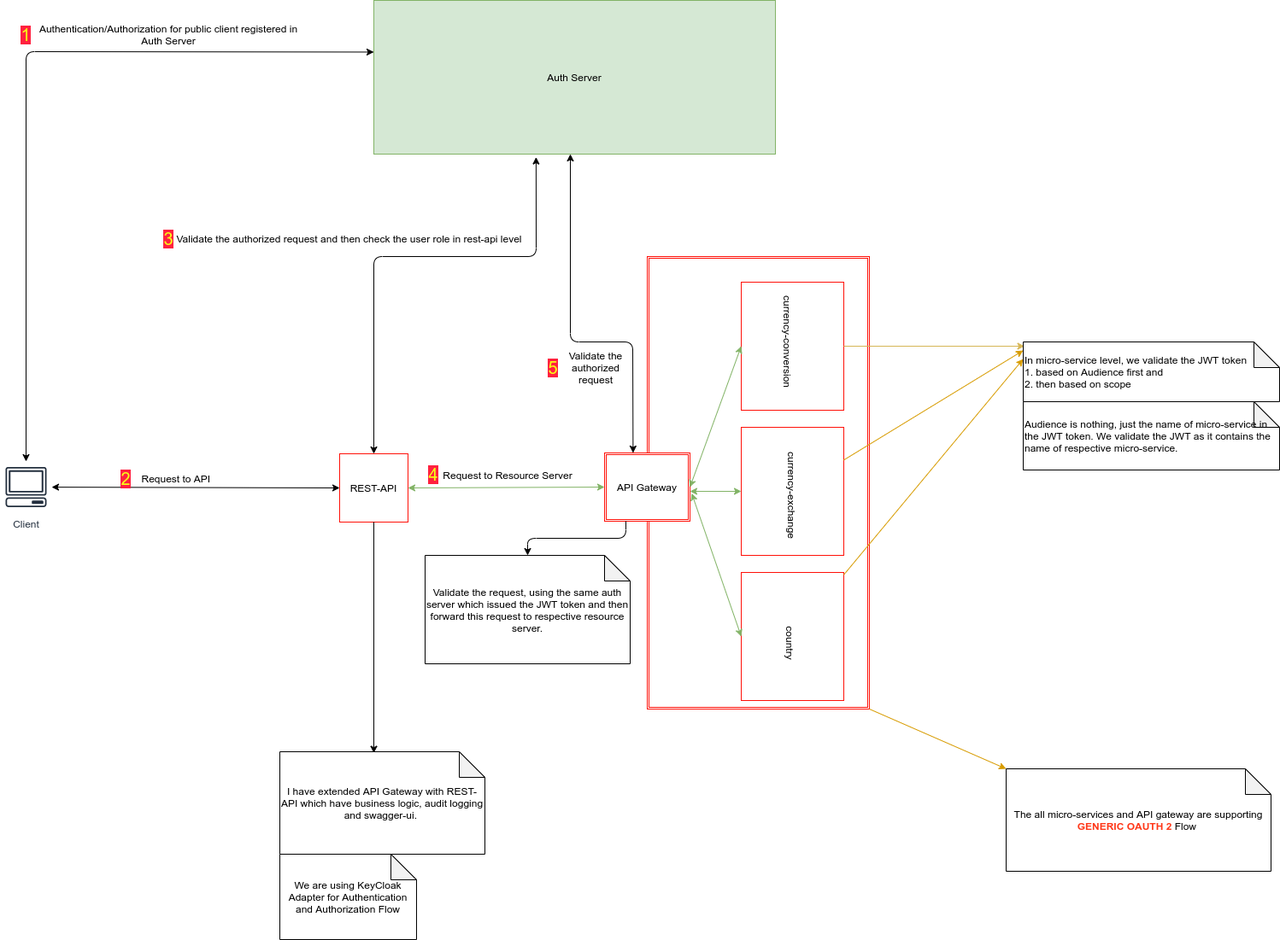
ubaid4j/Cloud-Native-App-Spring-Boot keeps this draw.io diagram as resource/auth/auth-flow-v1.png. Above is the earlier version. Source tidied: cells renumbered, new cells last; positions are measured from the earlier drawing's top-left corner, leaving out a move shared by most shapes.
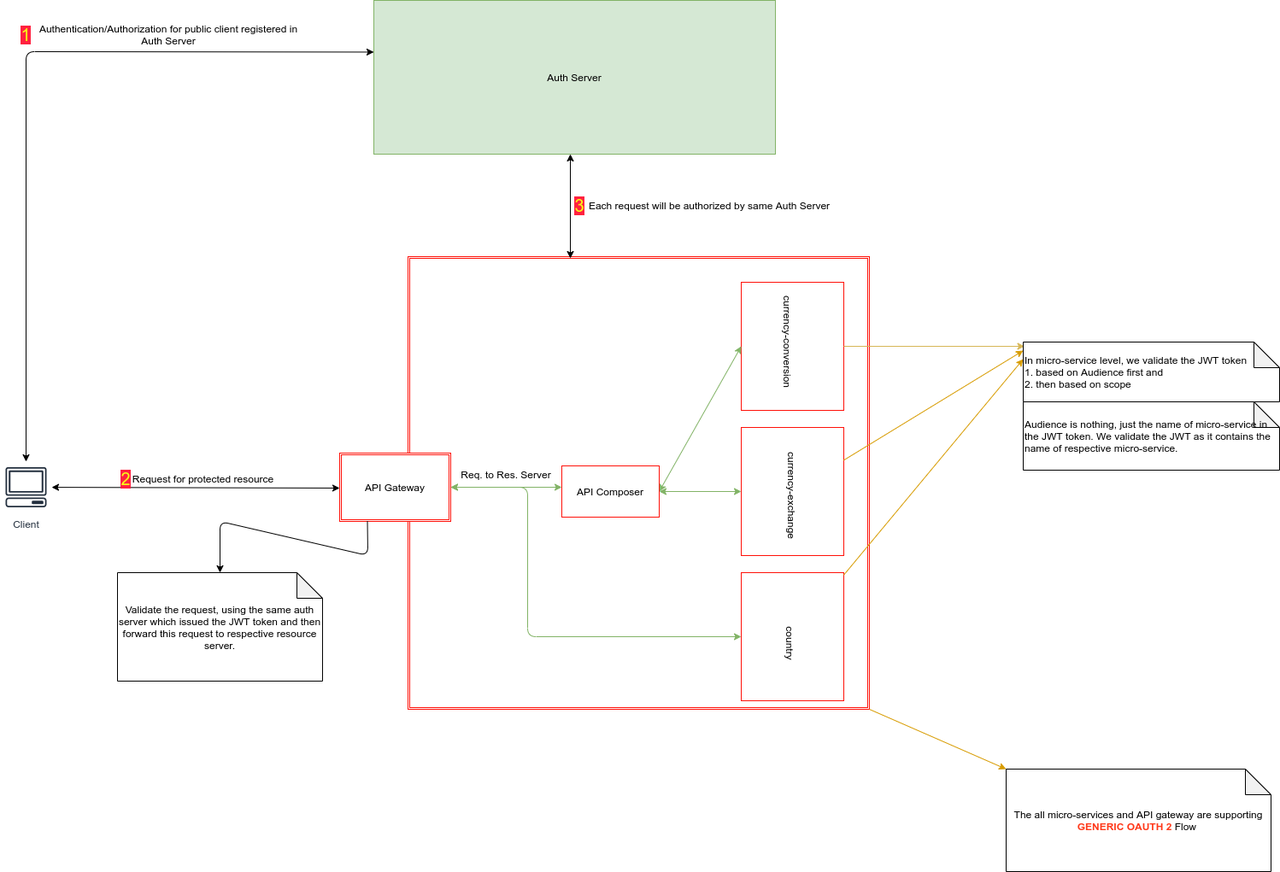
Later version of the same file.

The edit, as a diff of the source:
```diff
@@ -3,10 +3,10 @@
     <mxCell id="0" />
     <mxCell id="1" parent="0" />
     <mxCell id="2" style="shape=ext;double=1;rounded=0;whiteSpace=wrap;html=1;strokeColor=#FF1008;" parent="1" vertex="1">
-      <mxGeometry x="757" y="300" width="260" height="530" as="geometry" />
+      <mxGeometry x="477" y="300" width="540" height="530" as="geometry" />
     </mxCell>
     <mxCell id="3" value="API Gateway" style="shape=ext;double=1;rounded=0;whiteSpace=wrap;html=1;strokeColor=#FF1008;" parent="1" vertex="1">
-      <mxGeometry x="707" y="530" width="100" height="80" as="geometry" />
+      <mxGeometry x="397" y="530" width="130" height="80" as="geometry" />
     </mxCell>
     <mxCell id="4" style="whiteSpace=wrap;html=1;strokeColor=#FF1008;" parent="1" vertex="1">
       <mxGeometry x="867" y="330" width="120" height="150" as="geometry" />
@@ -53,33 +53,24 @@
     <mxCell id="16" style="endArrow=classic;html=1;exitX=1;exitY=1;exitDx=0;exitDy=0;entryX=0;entryY=0;entryDx=0;entryDy=0;entryPerimeter=0;fillColor=#ffe6cc;strokeColor=#d79b00;" parent="1" edge="1" source="2" target="15">
       <mxGeometry relative="1" as="geometry" />
     </mxCell>
-    <mxCell id="17" value="REST-API" style="whiteSpace=wrap;html=1;strokeColor=#FF1008;" parent="1" vertex="1">
-      <mxGeometry x="397" y="531" width="80" height="80" as="geometry" />
-    </mxCell>
-    <mxCell id="18" style="endArrow=classic;startArrow=classic;html=1;exitX=1;exitY=0.5;exitDx=0;exitDy=0;entryX=0;entryY=0.5;entryDx=0;entryDy=0;fillColor=#d5e8d4;strokeColor=#82b366;" parent="1" edge="1" source="17" target="3">
-      <mxGeometry relative="1" as="geometry" />
-    </mxCell>
-    <mxCell id="19" style="endArrow=classic;startArrow=classic;html=1;entryX=0;entryY=0.5;entryDx=0;entryDy=0;exitX=1;exitY=0.5;exitDx=0;exitDy=0;fillColor=#d5e8d4;strokeColor=#82b366;" parent="1" edge="1" source="3" target="4">
+    <mxCell id="19" style="endArrow=classic;startArrow=classic;html=1;entryX=0;entryY=0.5;entryDx=0;entryDy=0;fillColor=#d5e8d4;strokeColor=#82b366;exitX=1;exitY=0.5;exitDx=0;exitDy=0;" parent="1" edge="1" source="43" target="4">
       <mxGeometry relative="1" as="geometry" />
     </mxCell>
-    <mxCell id="20" style="endArrow=classic;startArrow=classic;html=1;entryX=0;entryY=0.5;entryDx=0;entryDy=0;fillColor=#d5e8d4;strokeColor=#82b366;" parent="1" edge="1" target="5">
-      <mxGeometry relative="1" as="geometry">
-        <mxPoint x="807" y="575" as="sourcePoint" />
-      </mxGeometry>
+    <mxCell id="20" style="endArrow=classic;startArrow=classic;html=1;entryX=0;entryY=0.5;entryDx=0;entryDy=0;fillColor=#d5e8d4;strokeColor=#82b366;exitX=1;exitY=0.5;exitDx=0;exitDy=0;" parent="1" edge="1" source="43" target="5">
+      <mxGeometry relative="1" as="geometry" />
     </mxCell>
-    <mxCell id="21" style="endArrow=classic;startArrow=classic;html=1;entryX=1.02;entryY=0.592;entryDx=0;entryDy=0;entryPerimeter=0;exitX=0;exitY=0.5;exitDx=0;exitDy=0;fillColor=#d5e8d4;strokeColor=#82b366;" parent="1" edge="1" source="6" target="3">
-      <mxGeometry relative="1" as="geometry" />
+    <mxCell id="21" style="endArrow=classic;startArrow=classic;html=1;entryX=1;entryY=0.5;entryDx=0;entryDy=0;exitX=0;exitY=0.5;exitDx=0;exitDy=0;fillColor=#d5e8d4;strokeColor=#82b366;" parent="1" edge="1" source="6" target="3">
+      <mxGeometry relative="1" as="geometry">
+        <Array as="points">
+          <mxPoint x="617" y="745" />
+          <mxPoint x="617" y="570" />
+        </Array>
+      </mxGeometry>
     </mxCell>
-    <mxCell id="22" style="endArrow=classic;html=1;exitX=0.5;exitY=1;exitDx=0;exitDy=0;" parent="1" edge="1" source="17">
-      <mxGeometry relative="1" as="geometry">
-        <mxPoint x="437" y="881.6" as="targetPoint" />
-      </mxGeometry>
-    </mxCell>
-    <mxCell id="23" value="I have extended API Gateway with REST-API which have business logic, audit logging and swagger-ui.&amp;nbsp;" style="shape=note;whiteSpace=wrap;html=1;backgroundOutline=1;darkOpacity=0.05;" parent="1" vertex="1">
-      <mxGeometry x="327" y="880" width="240" height="120" as="geometry" />
-    </mxCell>
-    <mxCell id="24" style="endArrow=classic;startArrow=classic;html=1;entryX=0;entryY=0.5;entryDx=0;entryDy=0;" parent="1" edge="1" source="25" target="17">
-      <mxGeometry relative="1" as="geometry" />
+    <mxCell id="24" style="endArrow=classic;startArrow=classic;html=1;entryX=0;entryY=0.5;entryDx=0;entryDy=0;" parent="1" edge="1" source="25">
+      <mxGeometry relative="1" as="geometry">
+        <mxPoint x="397" y="571" as="targetPoint" />
+      </mxGeometry>
     </mxCell>
     <mxCell id="25" value="Client" style="outlineConnect=0;fontColor=#232F3E;gradientColor=none;strokeColor=#232F3E;fillColor=#ffffff;dashed=0;verticalLabelPosition=bottom;verticalAlign=top;align=center;html=1;fontSize=12;fontStyle=0;shape=mxgraph.aws4.resourceIcon;resIcon=mxgraph.aws4.client;" parent="1" vertex="1">
       <mxGeometry y="540" width="60" height="60" as="geometry" />
@@ -97,63 +88,48 @@
     <mxCell id="28" value="Authentication/Authorization for public client registered in Auth Server" style="text;html=1;strokeColor=none;fillColor=none;align=center;verticalAlign=middle;whiteSpace=wrap;rounded=0;" parent="1" vertex="1">
       <mxGeometry x="37" y="30" width="320" height="20" as="geometry" />
     </mxCell>
-    <mxCell id="29" style="endArrow=classic;startArrow=classic;html=1;exitX=0.5;exitY=0;exitDx=0;exitDy=0;entryX=0.404;entryY=1.02;entryDx=0;entryDy=0;entryPerimeter=0;" parent="1" edge="1" source="17" target="26">
-      <mxGeometry relative="1" as="geometry">
-        <Array as="points">
-          <mxPoint x="437" y="300" />
-          <mxPoint x="627" y="300" />
-        </Array>
-      </mxGeometry>
-    </mxCell>
-    <mxCell id="30" value="Validate the authorized request and then check the user role in rest-api level" style="text;html=1;align=center;verticalAlign=middle;" parent="1" vertex="1">
-      <mxGeometry x="198" y="269" width="420" height="20" as="geometry" />
-    </mxCell>
-    <mxCell id="31" value="Request to API&amp;nbsp;" style="text;html=1;align=center;verticalAlign=middle;" parent="1" vertex="1">
-      <mxGeometry x="157" y="550" width="100" height="20" as="geometry" />
+    <mxCell id="31" value="Request for protected resource" style="text;html=1;align=center;verticalAlign=middle;" parent="1" vertex="1">
+      <mxGeometry x="147" y="550" width="180" height="20" as="geometry" />
     </mxCell>
-    <mxCell id="32" value="Request to Resource Server" style="text;html=1;strokeColor=none;fillColor=none;align=center;verticalAlign=middle;whiteSpace=wrap;rounded=0;" parent="1" vertex="1">
-      <mxGeometry x="509" y="541" width="170" height="30" as="geometry" />
+    <mxCell id="32" value="Req. to Res. Server" style="text;html=1;strokeColor=none;fillColor=none;align=center;verticalAlign=middle;whiteSpace=wrap;rounded=0;" parent="1" vertex="1">
+      <mxGeometry x="507" y="540" width="170" height="30" as="geometry" />
     </mxCell>
     <mxCell id="33" value="Validate the request, using the same auth server which issued the JWT token and then forward this request to respective resource server." style="shape=note;whiteSpace=wrap;html=1;backgroundOutline=1;darkOpacity=0.05;" parent="1" vertex="1">
-      <mxGeometry x="497" y="650" width="240" height="127" as="geometry" />
+      <mxGeometry x="137" y="670" width="240" height="127" as="geometry" />
     </mxCell>
     <mxCell id="34" style="endArrow=classic;html=1;exitX=0.25;exitY=1;exitDx=0;exitDy=0;entryX=0.5;entryY=0;entryDx=0;entryDy=0;entryPerimeter=0;" parent="1" edge="1" source="3" target="33">
       <mxGeometry relative="1" as="geometry">
         <Array as="points">
-          <mxPoint x="732" y="630" />
-          <mxPoint x="617" y="630" />
+          <mxPoint x="430" y="650" />
+          <mxPoint x="257" y="610" />
         </Array>
       </mxGeometry>
     </mxCell>
-    <mxCell id="35" value="We are using KeyCloak Adapter for Authentication and Authorization Flow" style="shape=note;whiteSpace=wrap;html=1;backgroundOutline=1;darkOpacity=0.05;" parent="1" vertex="1">
-      <mxGeometry x="327" y="1000" width="160" height="100" as="geometry" />
-    </mxCell>
-    <mxCell id="36" style="endArrow=classic;startArrow=classic;html=1;exitX=0.334;exitY=0;exitDx=0;exitDy=0;exitPerimeter=0;" parent="1" edge="1" source="3">
-      <mxGeometry relative="1" as="geometry">
-        <mxPoint x="667" y="180" as="targetPoint" />
-        <Array as="points">
-          <mxPoint x="740" y="400" />
-          <mxPoint x="667" y="400" />
-        </Array>
-      </mxGeometry>
-    </mxCell>
-    <mxCell id="37" value="Validate the authorized request" style="text;html=1;strokeColor=none;fillColor=none;align=center;verticalAlign=middle;whiteSpace=wrap;rounded=0;" parent="1" vertex="1">
-      <mxGeometry x="657" y="410" width="80" height="40" as="geometry" />
-    </mxCell>
     <mxCell id="38" value="&lt;font style=&quot;font-size: 20px ; background-color: rgb(255 , 33 , 63)&quot; color=&quot;#f7ff14&quot;&gt;1&lt;/font&gt;" style="text;html=1;strokeColor=none;fillColor=none;align=center;verticalAlign=middle;whiteSpace=wrap;rounded=0;" parent="1" vertex="1">
       <mxGeometry x="10" y="30" width="40" height="20" as="geometry" />
     </mxCell>
     <mxCell id="39" value="&lt;font color=&quot;#f7ff14&quot;&gt;&lt;span style=&quot;font-size: 20px ; background-color: rgb(255 , 33 , 63)&quot;&gt;2&lt;/span&gt;&lt;/font&gt;" style="text;html=1;strokeColor=none;fillColor=none;align=center;verticalAlign=middle;whiteSpace=wrap;rounded=0;" parent="1" vertex="1">
       <mxGeometry x="127" y="550" width="40" height="20" as="geometry" />
     </mxCell>
+    <mxCell id="43" value="API Composer" style="whiteSpace=wrap;html=1;strokeColor=#FF1008;" parent="1" vertex="1">
+      <mxGeometry x="657" y="545" width="114" height="60" as="geometry" />
+    </mxCell>
+    <mxCell id="44" style="endArrow=classic;startArrow=classic;html=1;fillColor=#d5e8d4;strokeColor=#82b366;exitX=1;exitY=0.5;exitDx=0;exitDy=0;" parent="1" edge="1" source="3">
+      <mxGeometry relative="1" as="geometry">
+        <mxPoint x="657" y="570" as="targetPoint" />
+      </mxGeometry>
+    </mxCell>
     <mxCell id="40" value="&lt;font color=&quot;#f7ff14&quot;&gt;&lt;span style=&quot;font-size: 20px ; background-color: rgb(255 , 33 , 63)&quot;&gt;3&lt;/span&gt;&lt;/font&gt;" style="text;html=1;strokeColor=none;fillColor=none;align=center;verticalAlign=middle;whiteSpace=wrap;rounded=0;" parent="1" vertex="1">
-      <mxGeometry x="177" y="269" width="40" height="20" as="geometry" />
+      <mxGeometry x="658" y="230" width="40" height="20" as="geometry" />
     </mxCell>
-    <mxCell id="41" value="&lt;font color=&quot;#f7ff14&quot;&gt;&lt;span style=&quot;font-size: 20px ; background-color: rgb(255 , 33 , 63)&quot;&gt;4&lt;/span&gt;&lt;/font&gt;" style="text;html=1;strokeColor=none;fillColor=none;align=center;verticalAlign=middle;whiteSpace=wrap;rounded=0;" parent="1" vertex="1">
-      <mxGeometry x="487" y="545" width="40" height="20" as="geometry" />
-    </mxCell>
-    <mxCell id="42" value="&lt;font color=&quot;#f7ff14&quot;&gt;&lt;span style=&quot;font-size: 20px ; background-color: rgb(255 , 33 , 63)&quot;&gt;5&lt;/span&gt;&lt;/font&gt;" style="text;html=1;strokeColor=none;fillColor=none;align=center;verticalAlign=middle;whiteSpace=wrap;rounded=0;" parent="1" vertex="1">
-      <mxGeometry x="627" y="420" width="40" height="20" as="geometry" />
-    </mxCell>
+    <mxCell id="45" style="endArrow=classic;startArrow=classic;html=1;" parent="1" edge="1">
+      <mxGeometry relative="1" as="geometry">
+        <mxPoint x="667" y="302" as="sourcePoint" />
+        <mxPoint x="667" y="180" as="targetPoint" />
+      </mxGeometry>
+    </mxCell>
+    <mxCell id="46" value="Each request will be authorized by same Auth Server" style="text;html=1;strokeColor=none;fillColor=none;align=center;verticalAlign=middle;whiteSpace=wrap;rounded=0;" parent="1" vertex="1">
+      <mxGeometry x="677" y="230" width="306" height="20" as="geometry" />
+    </mxCell>
   </root>
 </mxGraphModel>
```
